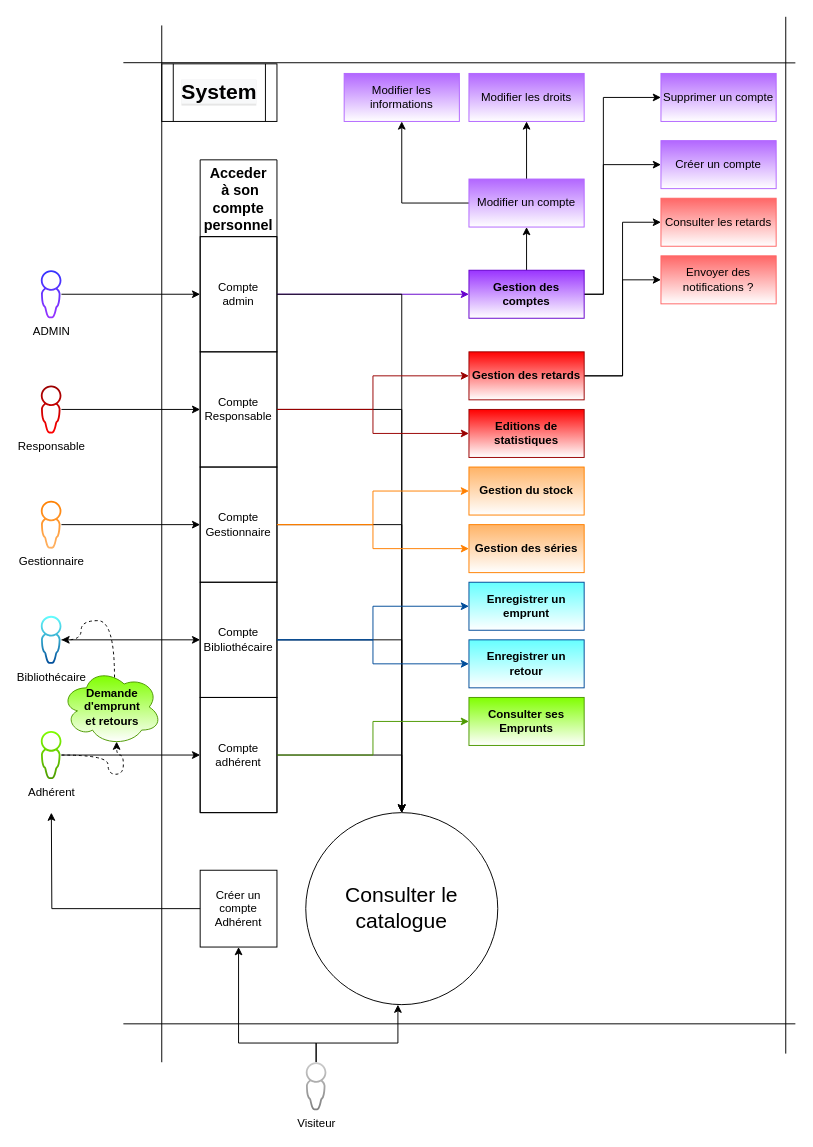
Above: UML/2 Diagram fonctionnel.drawio in U-Louis/BDTK (draw.io), before the change. Source tidied: cells renumbered, new cells numbered last; positions are measured from the earlier drawing's top-left corner, leaving out a move shared by most shapes. Both pictures are drawn from the tidied source at 96%, with x=0, y=0 at pixel (40, 16).
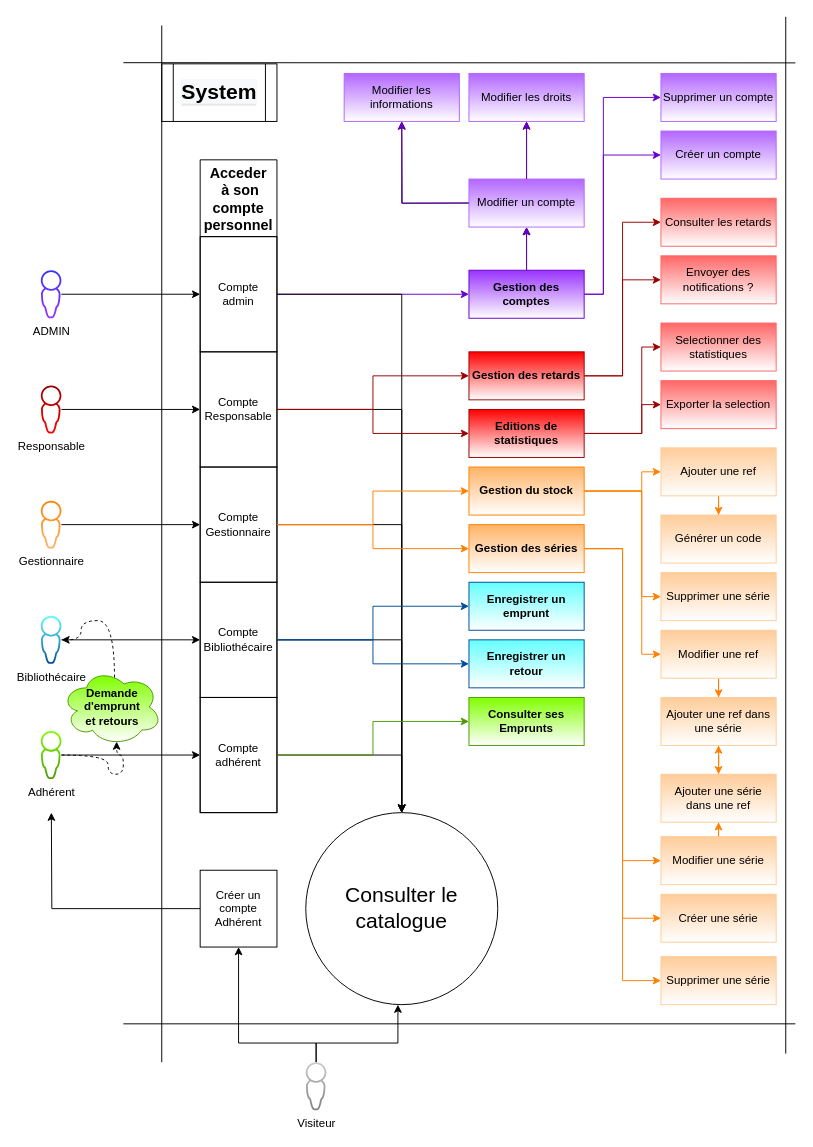
Above is the later version.

The change refers to these unchanged cells:
```xml
<mxCell id="46" value="&lt;b&gt;Gestion des séries&lt;/b&gt;" style="rounded=0;whiteSpace=wrap;html=1;fillColor=#FFB366;gradientColor=#FFFFFF;strokeColor=#FF8000;" parent="1" vertex="1">
  <mxGeometry x="446" y="529" width="120" height="50" as="geometry" />
</mxCell>
<mxCell id="51" value="&lt;b&gt;Gestion des retards&lt;/b&gt;" style="rounded=0;whiteSpace=wrap;html=1;gradientColor=#FFFFFF;fillColor=#FF0000;strokeColor=#990000;" parent="1" vertex="1">
  <mxGeometry x="446" y="349" width="120" height="50" as="geometry" />
</mxCell>
<mxCell id="52" value="&lt;b&gt;Editions de statistiques&lt;/b&gt;" style="rounded=0;whiteSpace=wrap;html=1;gradientColor=#FFFFFF;fillColor=#FF0000;strokeColor=#990000;" parent="1" vertex="1">
  <mxGeometry x="446" y="409" width="120" height="50" as="geometry" />
</mxCell>
<mxCell id="59" value="&lt;span&gt;Supprimer un compte&lt;br&gt;&lt;/span&gt;" style="rounded=0;whiteSpace=wrap;html=1;gradientColor=#ffffff;fillColor=#B266FF;strokeColor=#B266FF;fontStyle=0;" parent="1" vertex="1">
  <mxGeometry x="646" y="59" width="120" height="50" as="geometry" />
</mxCell>
<mxCell id="66" value="&lt;span&gt;Consulter les retards&lt;/span&gt;" style="rounded=0;whiteSpace=wrap;html=1;gradientColor=#FFFFFF;fontStyle=0;fillColor=#FF6666;strokeColor=#FF6666;" parent="1" vertex="1">
  <mxGeometry x="646" y="189" width="120" height="50" as="geometry" />
</mxCell>
<mxCell id="67" value="&lt;span&gt;Envoyer des notifications ?&lt;/span&gt;" style="rounded=0;whiteSpace=wrap;html=1;gradientColor=#FFFFFF;fontStyle=0;fillColor=#FF6666;strokeColor=#FF6666;" parent="1" vertex="1">
  <mxGeometry x="646" y="249" width="120" height="50" as="geometry" />
</mxCell>
```

What changed in the source:
```diff
@@
-    <mxCell id="18" style="edgeStyle=orthogonalEdgeStyle;rounded=0;jettySize=auto;html=1;entryX=0;entryY=0.5;entryDx=0;entryDy=0;" parent="1" edge="1" source="20" target="59">
+    <mxCell id="18" style="edgeStyle=orthogonalEdgeStyle;rounded=0;jettySize=auto;html=1;entryX=0;entryY=0.5;entryDx=0;entryDy=0;strokeColor=#6600CC;" parent="1" edge="1" source="20" target="59">
       <mxGeometry relative="1" as="geometry">
         <Array as="points">
           <mxPoint x="586" y="289" />
           <mxPoint x="586" y="84" />
         </Array>
       </mxGeometry>
     </mxCell>
-    <mxCell id="19" style="edgeStyle=orthogonalEdgeStyle;rounded=0;jettySize=auto;html=1;entryX=0;entryY=0.5;entryDx=0;entryDy=0;" parent="1" edge="1" source="20" target="60">
+    <mxCell id="19" style="edgeStyle=orthogonalEdgeStyle;rounded=0;jettySize=auto;html=1;entryX=0;entryY=0.5;entryDx=0;entryDy=0;strokeColor=#6600CC;" parent="1" edge="1" source="20" target="60">
       <mxGeometry relative="1" as="geometry">
         <Array as="points">
           <mxPoint x="586" y="289" />
-          <mxPoint x="586" y="154" />
+          <mxPoint x="586" y="144" />
         </Array>
       </mxGeometry>
     </mxCell>
-    <mxCell id="20" value="&lt;b&gt;Gestion des comptes&lt;/b&gt;" style="rounded=0;whiteSpace=wrap;html=1;strokeColor=#6600CC;fillColor=#9933FF;gradientColor=#ffffff;" parent="1" vertex="1">
+    <mxCell id="20" value="&lt;b&gt;Gestion des comptes&lt;/b&gt;" style="rounded=0;whiteSpace=wrap;html=1;fillColor=#9933FF;gradientColor=#ffffff;strokeColor=#6600CC;" parent="1" vertex="1">
       <mxGeometry x="446" y="264" width="120" height="50" as="geometry" />
     </mxCell>
@@
+    <mxCell id="68" style="edgeStyle=orthogonalEdgeStyle;rounded=0;jettySize=auto;html=1;entryX=0;entryY=0.5;entryDx=0;entryDy=0;strokeColor=#FF8000;" parent="1" edge="1" source="45" target="82">
+      <mxGeometry relative="1" as="geometry">
+        <Array as="points">
+          <mxPoint x="626" y="494" />
+          <mxPoint x="626" y="474" />
+        </Array>
+      </mxGeometry>
+    </mxCell>
+    <mxCell id="69" style="edgeStyle=orthogonalEdgeStyle;rounded=0;jettySize=auto;html=1;entryX=0;entryY=0.5;entryDx=0;entryDy=0;strokeColor=#FF8000;" parent="1" edge="1" source="45" target="85">
+      <mxGeometry relative="1" as="geometry">
+        <Array as="points">
+          <mxPoint x="626" y="494" />
+          <mxPoint x="626" y="664" />
+        </Array>
+      </mxGeometry>
+    </mxCell>
+    <mxCell id="70" style="edgeStyle=orthogonalEdgeStyle;rounded=0;jettySize=auto;html=1;entryX=0;entryY=0.5;entryDx=0;entryDy=0;strokeColor=#FF8000;" parent="1" edge="1" source="45" target="94">
+      <mxGeometry relative="1" as="geometry">
+        <Array as="points">
+          <mxPoint x="626" y="494" />
+          <mxPoint x="626" y="604" />
+        </Array>
+      </mxGeometry>
+    </mxCell>
-    <mxCell id="45" value="&lt;b&gt;Gestion du stock&lt;/b&gt;" style="rounded=0;whiteSpace=wrap;html=1;fillColor=#FFB366;gradientColor=#FFFFFF;strokeColor=#FF8000;" parent="1" vertex="1">
+    <mxCell id="45" value="&lt;b&gt;Gestion du stock&lt;/b&gt;" style="rounded=0;whiteSpace=wrap;html=1;gradientColor=#FFFFFF;fillColor=#FFB366;strokeColor=#FF8000;" parent="1" vertex="1">
       <mxGeometry x="446" y="469" width="120" height="50" as="geometry" />
     </mxCell>
+    <mxCell id="71" style="edgeStyle=orthogonalEdgeStyle;rounded=0;jettySize=auto;html=1;entryX=0;entryY=0.5;entryDx=0;entryDy=0;strokeColor=#FF8000;" parent="1" edge="1" source="46" target="86">
+      <mxGeometry relative="1" as="geometry" />
+    </mxCell>
+    <mxCell id="72" style="edgeStyle=orthogonalEdgeStyle;rounded=0;jettySize=auto;html=1;entryX=0;entryY=0.5;entryDx=0;entryDy=0;strokeColor=#FF8000;" parent="1" edge="1" source="46" target="88">
+      <mxGeometry relative="1" as="geometry" />
+    </mxCell>
+    <mxCell id="73" style="edgeStyle=orthogonalEdgeStyle;rounded=0;jettySize=auto;html=1;entryX=0;entryY=0.5;entryDx=0;entryDy=0;strokeColor=#FF8000;" parent="1" edge="1" source="46" target="89">
+      <mxGeometry relative="1" as="geometry" />
+    </mxCell>
@@
-    <mxCell id="49" style="edgeStyle=orthogonalEdgeStyle;rounded=0;jettySize=auto;html=1;entryX=0;entryY=0.5;entryDx=0;entryDy=0;" parent="1" edge="1" source="51" target="66">
+    <mxCell id="49" style="edgeStyle=orthogonalEdgeStyle;rounded=0;jettySize=auto;html=1;entryX=0;entryY=0.5;entryDx=0;entryDy=0;strokeColor=#990000;" parent="1" edge="1" source="51" target="66">
       <mxGeometry relative="1" as="geometry" />
     </mxCell>
-    <mxCell id="50" style="edgeStyle=orthogonalEdgeStyle;rounded=0;jettySize=auto;html=1;entryX=0;entryY=0.5;entryDx=0;entryDy=0;" parent="1" edge="1" source="51" target="67">
+    <mxCell id="50" style="edgeStyle=orthogonalEdgeStyle;rounded=0;jettySize=auto;html=1;entryX=0;entryY=0.5;entryDx=0;entryDy=0;strokeColor=#990000;" parent="1" edge="1" source="51" target="67">
       <mxGeometry relative="1" as="geometry" />
     </mxCell>
@@
+    <mxCell id="74" style="edgeStyle=orthogonalEdgeStyle;rounded=0;jettySize=auto;html=1;entryX=0;entryY=0.5;entryDx=0;entryDy=0;strokeColor=#990000;" parent="1" edge="1" source="52" target="76">
+      <mxGeometry relative="1" as="geometry">
+        <Array as="points">
+          <mxPoint x="626" y="434" />
+          <mxPoint x="626" y="344" />
+        </Array>
+      </mxGeometry>
+    </mxCell>
+    <mxCell id="75" style="edgeStyle=orthogonalEdgeStyle;rounded=0;jettySize=auto;html=1;entryX=0;entryY=0.5;entryDx=0;entryDy=0;strokeColor=#990000;" parent="1" edge="1" source="52" target="77">
+      <mxGeometry relative="1" as="geometry">
+        <Array as="points">
+          <mxPoint x="626" y="434" />
+          <mxPoint x="626" y="404" />
+        </Array>
+      </mxGeometry>
+    </mxCell>
@@
     <mxCell id="60" value="&lt;span&gt;Créer un compte&lt;/span&gt;" style="rounded=0;whiteSpace=wrap;html=1;gradientColor=#ffffff;fillColor=#B266FF;strokeColor=#B266FF;fontStyle=0;" parent="1" vertex="1">
-      <mxGeometry x="646" y="129" width="120" height="50" as="geometry" />
+      <mxGeometry x="646" y="119" width="120" height="50" as="geometry" />
     </mxCell>
@@
+    <mxCell id="76" value="&lt;span&gt;Selectionner des statistiques&lt;/span&gt;" style="rounded=0;whiteSpace=wrap;html=1;gradientColor=#FFFFFF;fontStyle=0;fillColor=#FF6666;strokeColor=#FF6666;" parent="1" vertex="1">
+      <mxGeometry x="646" y="319" width="120" height="50" as="geometry" />
+    </mxCell>
+    <mxCell id="77" value="&lt;span&gt;Exporter la selection&lt;/span&gt;" style="rounded=0;whiteSpace=wrap;html=1;gradientColor=#FFFFFF;fontStyle=0;fillColor=#FF6666;strokeColor=#FF6666;" parent="1" vertex="1">
+      <mxGeometry x="646" y="379" width="120" height="50" as="geometry" />
+    </mxCell>
+    <mxCell id="78" style="edgeStyle=orthogonalEdgeStyle;rounded=0;orthogonalLoop=1;jettySize=auto;html=1;entryX=0.5;entryY=1;entryDx=0;entryDy=0;strokeColor=#6600CC;" parent="1" edge="1">
+      <mxGeometry relative="1" as="geometry">
+        <mxPoint x="506" y="169" as="sourcePoint" />
+        <mxPoint x="506" y="109" as="targetPoint" />
+      </mxGeometry>
+    </mxCell>
+    <mxCell id="79" style="edgeStyle=orthogonalEdgeStyle;rounded=0;orthogonalLoop=1;jettySize=auto;html=1;entryX=0.5;entryY=1;entryDx=0;entryDy=0;strokeColor=#6600CC;" parent="1" edge="1">
+      <mxGeometry relative="1" as="geometry">
+        <mxPoint x="446" y="194" as="sourcePoint" />
+        <mxPoint x="376" y="109" as="targetPoint" />
+      </mxGeometry>
+    </mxCell>
+    <mxCell id="80" style="edgeStyle=orthogonalEdgeStyle;rounded=0;orthogonalLoop=1;jettySize=auto;html=1;entryX=0.5;entryY=1;entryDx=0;entryDy=0;strokeColor=#6600CC;" parent="1" edge="1">
+      <mxGeometry relative="1" as="geometry">
+        <mxPoint x="506" y="264" as="sourcePoint" />
+        <mxPoint x="506" y="219" as="targetPoint" />
+      </mxGeometry>
+    </mxCell>
+    <mxCell id="81" style="edgeStyle=orthogonalEdgeStyle;rounded=0;jettySize=auto;html=1;entryX=0.5;entryY=0;entryDx=0;entryDy=0;strokeColor=#FF8000;" parent="1" edge="1" source="82" target="83">
+      <mxGeometry relative="1" as="geometry" />
+    </mxCell>
+    <mxCell id="82" value="&lt;span&gt;Ajouter une ref&lt;/span&gt;" style="rounded=0;whiteSpace=wrap;html=1;gradientColor=#FFFFFF;fontStyle=0;fillColor=#FFCC99;strokeColor=#FFCC99;" parent="1" vertex="1">
+      <mxGeometry x="646" y="449" width="120" height="50" as="geometry" />
+    </mxCell>
+    <mxCell id="83" value="&lt;span&gt;Générer un code&lt;/span&gt;" style="rounded=0;whiteSpace=wrap;html=1;gradientColor=#FFFFFF;fontStyle=0;fillColor=#FFCC99;strokeColor=#FFCC99;" parent="1" vertex="1">
+      <mxGeometry x="646" y="519" width="120" height="50" as="geometry" />
+    </mxCell>
+    <mxCell id="84" style="edgeStyle=orthogonalEdgeStyle;rounded=0;jettySize=auto;html=1;entryX=0.5;entryY=0;entryDx=0;entryDy=0;strokeColor=#FF8000;" parent="1" edge="1" source="85" target="91">
+      <mxGeometry relative="1" as="geometry" />
+    </mxCell>
+    <mxCell id="85" value="Modifier une ref" style="rounded=0;whiteSpace=wrap;html=1;gradientColor=#FFFFFF;fontStyle=0;fillColor=#FFCC99;strokeColor=#FFCC99;" parent="1" vertex="1">
+      <mxGeometry x="646" y="639" width="120" height="50" as="geometry" />
+    </mxCell>
+    <mxCell id="86" value="&lt;span&gt;Créer une série&lt;/span&gt;" style="rounded=0;whiteSpace=wrap;html=1;gradientColor=#FFFFFF;fontStyle=0;fillColor=#FFCC99;strokeColor=#FFCC99;" parent="1" vertex="1">
+      <mxGeometry x="646" y="914" width="120" height="50" as="geometry" />
+    </mxCell>
+    <mxCell id="87" style="edgeStyle=orthogonalEdgeStyle;rounded=0;jettySize=auto;html=1;entryX=0.5;entryY=1;entryDx=0;entryDy=0;strokeColor=#FF8000;" parent="1" edge="1" source="88" target="93">
+      <mxGeometry relative="1" as="geometry" />
+    </mxCell>
+    <mxCell id="88" value="&lt;span&gt;Modifier une série&lt;/span&gt;" style="rounded=0;whiteSpace=wrap;html=1;gradientColor=#FFFFFF;fontStyle=0;fillColor=#FFCC99;strokeColor=#FFCC99;" parent="1" vertex="1">
+      <mxGeometry x="646" y="854" width="120" height="50" as="geometry" />
+    </mxCell>
+    <mxCell id="89" value="&lt;span&gt;Supprimer une série&lt;/span&gt;" style="rounded=0;whiteSpace=wrap;html=1;gradientColor=#FFFFFF;fontStyle=0;fillColor=#FFCC99;strokeColor=#FFCC99;" parent="1" vertex="1">
+      <mxGeometry x="646" y="979" width="120" height="50" as="geometry" />
+    </mxCell>
+    <mxCell id="90" style="edgeStyle=orthogonalEdgeStyle;rounded=0;jettySize=auto;html=1;entryX=0.5;entryY=0;entryDx=0;entryDy=0;strokeColor=#FF8000;" parent="1" edge="1" source="91" target="93">
+      <mxGeometry relative="1" as="geometry" />
+    </mxCell>
+    <mxCell id="91" value="Ajouter une ref dans une série" style="rounded=0;whiteSpace=wrap;html=1;gradientColor=#FFFFFF;fontStyle=0;fillColor=#FFCC99;strokeColor=#FFCC99;" parent="1" vertex="1">
+      <mxGeometry x="646" y="709" width="120" height="50" as="geometry" />
+    </mxCell>
+    <mxCell id="92" style="edgeStyle=orthogonalEdgeStyle;rounded=0;jettySize=auto;html=1;entryX=0.5;entryY=1;entryDx=0;entryDy=0;strokeColor=#FF8000;" parent="1" edge="1" source="93" target="91">
+      <mxGeometry relative="1" as="geometry" />
+    </mxCell>
+    <mxCell id="93" value="Ajouter une série dans une ref" style="rounded=0;whiteSpace=wrap;html=1;gradientColor=#FFFFFF;fontStyle=0;fillColor=#FFCC99;strokeColor=#FFCC99;" parent="1" vertex="1">
+      <mxGeometry x="646" y="789" width="120" height="50" as="geometry" />
+    </mxCell>
+    <mxCell id="94" value="&lt;span&gt;Supprimer une série&lt;/span&gt;" style="rounded=0;whiteSpace=wrap;html=1;gradientColor=#FFFFFF;fontStyle=0;fillColor=#FFCC99;strokeColor=#FFCC99;" parent="1" vertex="1">
+      <mxGeometry x="646" y="579" width="120" height="50" as="geometry" />
+    </mxCell>
```
